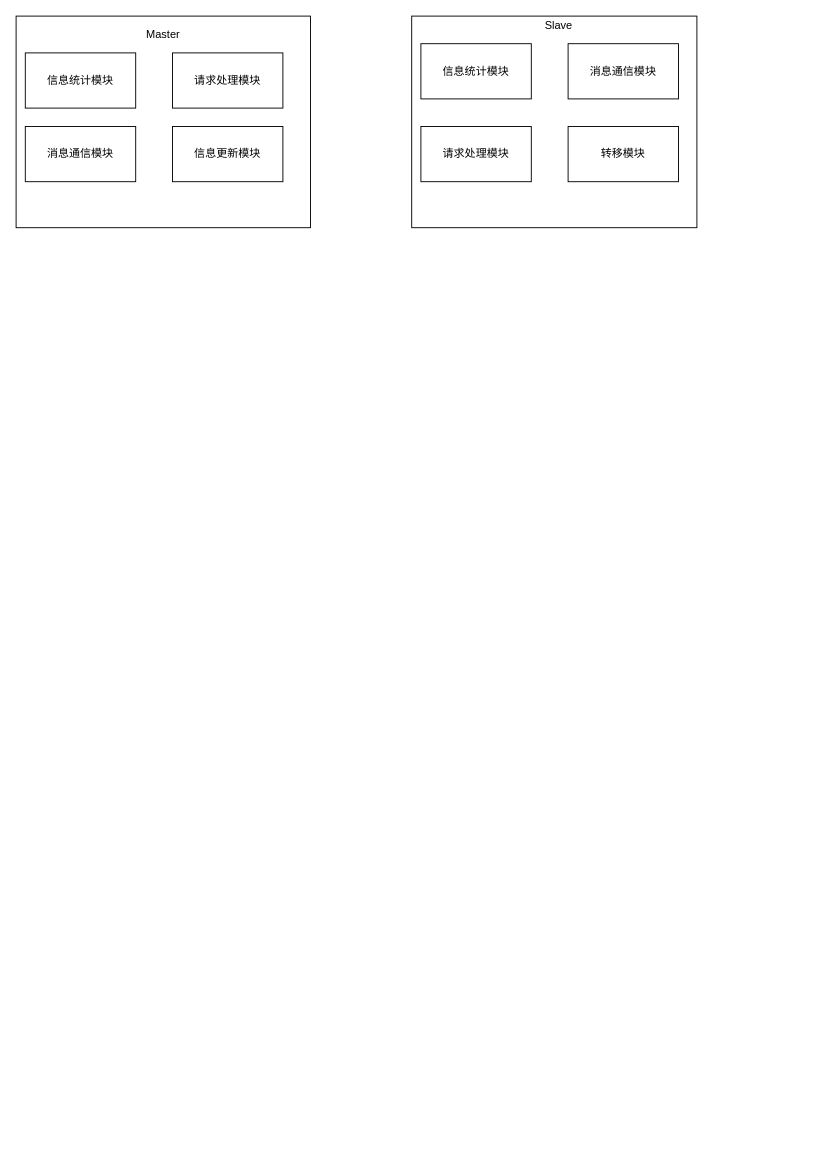
Above: 图划分.drawio in ductina/233 (draw.io), before the change. Source tidied: cells renumbered, new cells numbered last; positions are measured from the earlier drawing's top-left corner, leaving out a move shared by most shapes. Both pictures are drawn from the tidied source at 92%, with x=0, y=0 at pixel (16, 16).
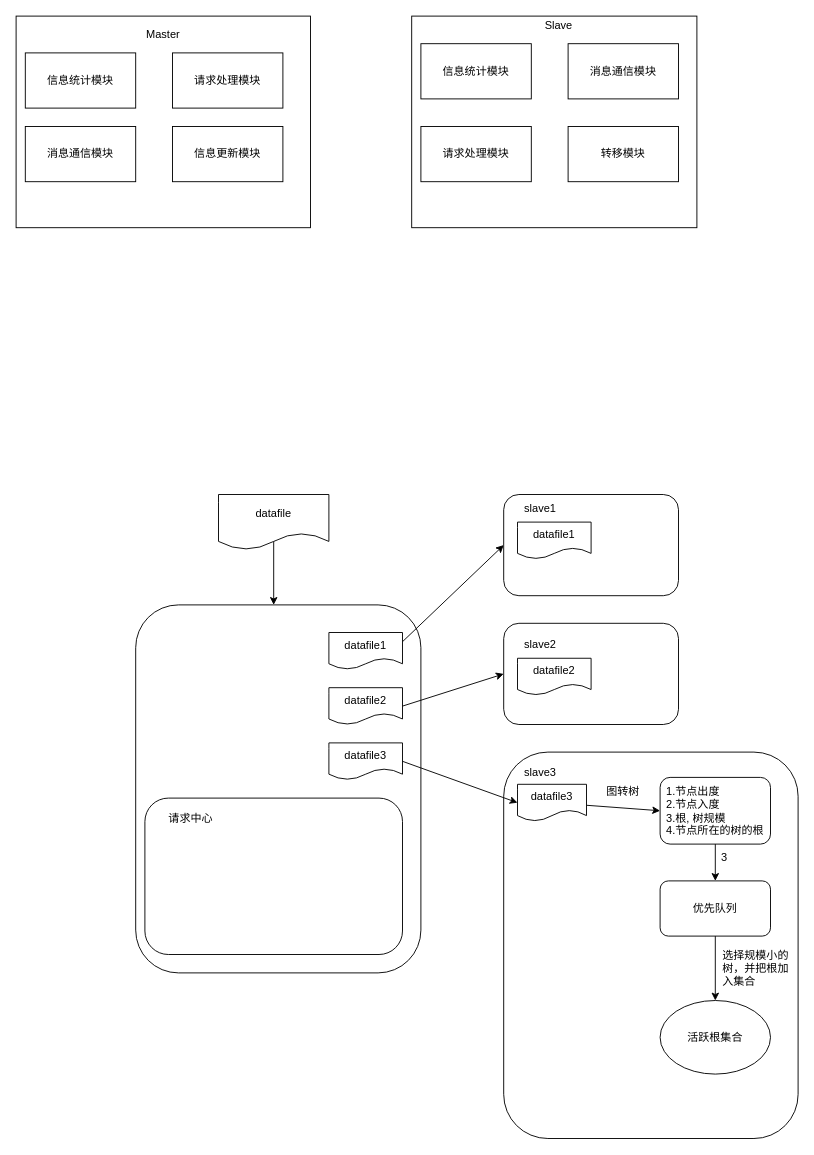
After the change.

The edit, as a diff of the source:
```diff
@@
+    <mxCell id="14" style="rounded=1;whiteSpace=wrap;html=1;" parent="1" vertex="1">
+      <mxGeometry x="130" y="640" width="310" height="400" as="geometry" />
+    </mxCell>
+    <mxCell id="15" style="edgeStyle=orthogonalEdgeStyle;rounded=0;jettySize=auto;html=1;exitX=0.525;exitY=0.8;exitDx=0;exitDy=0;exitPerimeter=0;" parent="1" edge="1" source="16" target="14">
+      <mxGeometry relative="1" as="geometry">
+        <Array as="points">
+          <mxPoint x="280" y="568" />
+        </Array>
+      </mxGeometry>
+    </mxCell>
+    <mxCell id="16" value="datafile" style="shape=document;whiteSpace=wrap;html=1;boundedLbl=1;" parent="1" vertex="1">
+      <mxGeometry x="220" y="520" width="120" height="60" as="geometry" />
+    </mxCell>
+    <mxCell id="17" style="rounded=0;jettySize=auto;html=1;exitX=1;exitY=0.25;exitDx=0;exitDy=0;entryX=0;entryY=0.5;entryDx=0;entryDy=0;" parent="1" edge="1" source="18" target="22">
+      <mxGeometry relative="1" as="geometry" />
+    </mxCell>
+    <mxCell id="18" value="datafile1" style="shape=document;whiteSpace=wrap;html=1;boundedLbl=1;" parent="1" vertex="1">
+      <mxGeometry x="340" y="670" width="80" height="40" as="geometry" />
+    </mxCell>
+    <mxCell id="19" style="edgeStyle=none;rounded=0;jettySize=auto;html=1;exitX=1;exitY=0.5;exitDx=0;exitDy=0;entryX=0;entryY=0.5;entryDx=0;entryDy=0;" parent="1" edge="1" source="20" target="24">
+      <mxGeometry relative="1" as="geometry" />
+    </mxCell>
+    <mxCell id="20" value="datafile2" style="shape=document;whiteSpace=wrap;html=1;boundedLbl=1;" parent="1" vertex="1">
+      <mxGeometry x="340" y="730" width="80" height="40" as="geometry" />
+    </mxCell>
+    <mxCell id="21" value="datafile3" style="shape=document;whiteSpace=wrap;html=1;boundedLbl=1;" parent="1" vertex="1">
+      <mxGeometry x="340" y="790" width="80" height="40" as="geometry" />
+    </mxCell>
+    <mxCell id="22" style="rounded=1;whiteSpace=wrap;html=1;" parent="1" vertex="1">
+      <mxGeometry x="530" y="520" width="190" height="110" as="geometry" />
+    </mxCell>
+    <mxCell id="23" value="slave1" style="text;html=1;strokeColor=none;fillColor=none;align=center;verticalAlign=middle;whiteSpace=wrap;rounded=0;" parent="1" vertex="1">
+      <mxGeometry x="540" y="520" width="60" height="30" as="geometry" />
+    </mxCell>
+    <mxCell id="24" style="rounded=1;whiteSpace=wrap;html=1;" parent="1" vertex="1">
+      <mxGeometry x="530" y="660" width="190" height="110" as="geometry" />
+    </mxCell>
+    <mxCell id="25" value="slave2" style="text;html=1;strokeColor=none;fillColor=none;align=center;verticalAlign=middle;whiteSpace=wrap;rounded=0;" parent="1" vertex="1">
+      <mxGeometry x="540" y="668" width="60" height="30" as="geometry" />
+    </mxCell>
+    <mxCell id="26" style="rounded=1;whiteSpace=wrap;html=1;" parent="1" vertex="1">
+      <mxGeometry x="530" y="800" width="320" height="420" as="geometry" />
+    </mxCell>
+    <mxCell id="27" value="slave3" style="text;html=1;strokeColor=none;fillColor=none;align=center;verticalAlign=middle;whiteSpace=wrap;rounded=0;" parent="1" vertex="1">
+      <mxGeometry x="540" y="808" width="60" height="30" as="geometry" />
+    </mxCell>
+    <mxCell id="28" value="datafile1" style="shape=document;whiteSpace=wrap;html=1;boundedLbl=1;" parent="1" vertex="1">
+      <mxGeometry x="545" y="550" width="80" height="40" as="geometry" />
+    </mxCell>
+    <mxCell id="29" value="datafile2" style="shape=document;whiteSpace=wrap;html=1;boundedLbl=1;" parent="1" vertex="1">
+      <mxGeometry x="545" y="698" width="80" height="40" as="geometry" />
+    </mxCell>
+    <mxCell id="30" style="edgeStyle=none;rounded=0;jettySize=auto;html=1;entryX=0;entryY=0.5;entryDx=0;entryDy=0;" parent="1" edge="1" source="31" target="33">
+      <mxGeometry relative="1" as="geometry" />
+    </mxCell>
+    <mxCell id="31" value="datafile3" style="shape=document;whiteSpace=wrap;html=1;boundedLbl=1;" parent="1" vertex="1">
+      <mxGeometry x="545" y="835" width="75" height="40" as="geometry" />
+    </mxCell>
+    <mxCell id="32" style="edgeStyle=none;rounded=0;jettySize=auto;html=1;entryX=0.5;entryY=0;entryDx=0;entryDy=0;" parent="1" edge="1" source="33" target="37">
+      <mxGeometry relative="1" as="geometry" />
+    </mxCell>
+    <mxCell id="33" value="&lt;div style=&quot;text-align: left&quot;&gt;&lt;span&gt;1.节点出度&lt;/span&gt;&lt;/div&gt;&lt;span&gt;&lt;div style=&quot;text-align: left&quot;&gt;&lt;span&gt;2.节点入度&lt;/span&gt;&lt;/div&gt;&lt;/span&gt;&lt;div style=&quot;text-align: left&quot;&gt;&lt;span&gt;3.根, 树规模&lt;/span&gt;&lt;/div&gt;&lt;div style=&quot;text-align: left&quot;&gt;&lt;span&gt;4.节点所在的树的根&lt;/span&gt;&lt;/div&gt;" style="rounded=1;whiteSpace=wrap;html=1;" parent="1" vertex="1">
+      <mxGeometry x="700" y="827.5" width="120" height="72.5" as="geometry" />
+    </mxCell>
+    <mxCell id="34" value="图转树" style="text;html=1;strokeColor=none;fillColor=none;align=center;verticalAlign=middle;whiteSpace=wrap;rounded=0;" parent="1" vertex="1">
+      <mxGeometry x="630" y="828" width="60" height="30" as="geometry" />
+    </mxCell>
+    <mxCell id="35" value="活跃根集合" style="ellipse;whiteSpace=wrap;html=1;" parent="1" vertex="1">
+      <mxGeometry x="700" y="1070" width="120" height="80" as="geometry" />
+    </mxCell>
+    <mxCell id="36" style="edgeStyle=orthogonalEdgeStyle;rounded=0;jettySize=auto;html=1;entryX=0.5;entryY=0;entryDx=0;entryDy=0;exitX=0.5;exitY=1;exitDx=0;exitDy=0;" parent="1" edge="1" source="37" target="35">
+      <mxGeometry relative="1" as="geometry" />
+    </mxCell>
+    <mxCell id="37" value="优先队列" style="rounded=1;whiteSpace=wrap;html=1;" parent="1" vertex="1">
+      <mxGeometry x="700" y="940" width="120" height="60" as="geometry" />
+    </mxCell>
+    <mxCell id="38" value="3" style="text;html=1;strokeColor=none;fillColor=none;align=center;verticalAlign=middle;whiteSpace=wrap;rounded=0;" parent="1" vertex="1">
+      <mxGeometry x="740" y="900" width="60" height="30" as="geometry" />
+    </mxCell>
+    <mxCell id="39" value="选择规模小的树，并把根加入集合" style="text;html=1;strokeColor=none;fillColor=none;align=left;verticalAlign=middle;whiteSpace=wrap;rounded=0;" parent="1" vertex="1">
+      <mxGeometry x="766" y="1020" width="80" height="30" as="geometry" />
+    </mxCell>
+    <mxCell id="40" style="edgeStyle=none;rounded=0;jettySize=auto;html=1;exitX=1;exitY=0.5;exitDx=0;exitDy=0;entryX=0;entryY=0.5;entryDx=0;entryDy=0;" parent="1" edge="1" source="21" target="31">
+      <mxGeometry relative="1" as="geometry" />
+    </mxCell>
+    <mxCell id="41" style="rounded=1;whiteSpace=wrap;html=1;" parent="1" vertex="1">
+      <mxGeometry x="140" y="850" width="280" height="170" as="geometry" />
+    </mxCell>
+    <mxCell id="42" value="请求中心" style="text;html=1;strokeColor=none;fillColor=none;align=center;verticalAlign=middle;whiteSpace=wrap;rounded=0;" parent="1" vertex="1">
+      <mxGeometry x="160" y="858" width="60" height="30" as="geometry" />
+    </mxCell>
```
